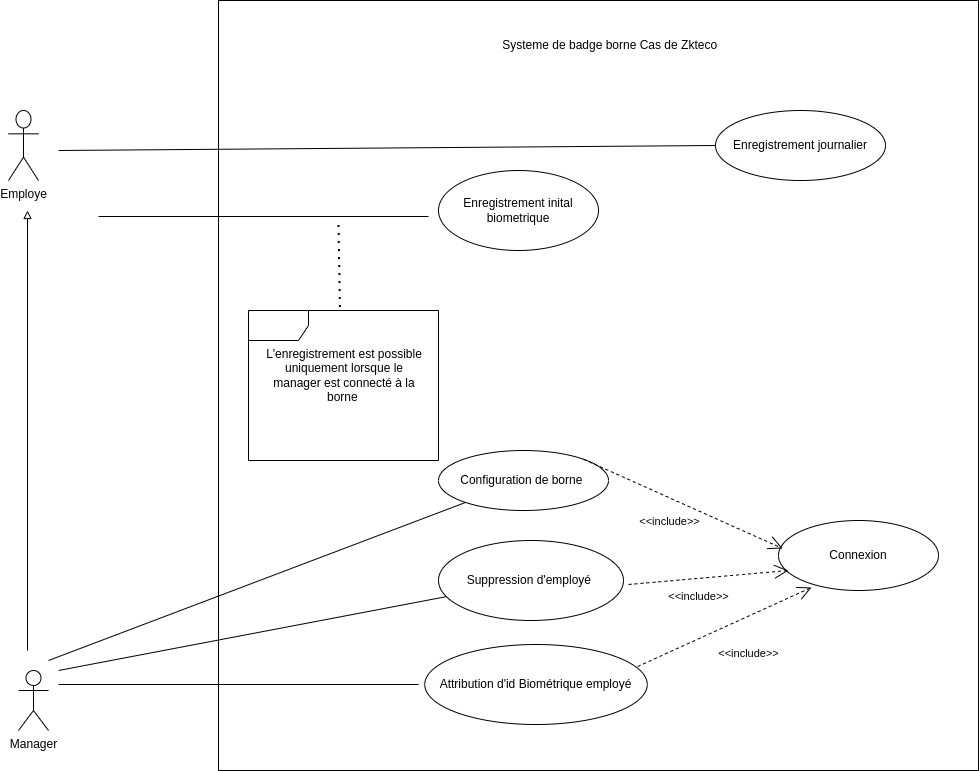
Above: static/UsecaseZkteco.drawio.png in Siluearsene/borne_biometrique (draw.io), before the change. Source tidied: cells renumbered, new cells last; positions are measured from the earlier drawing's top-left corner, leaving out a move shared by most shapes.
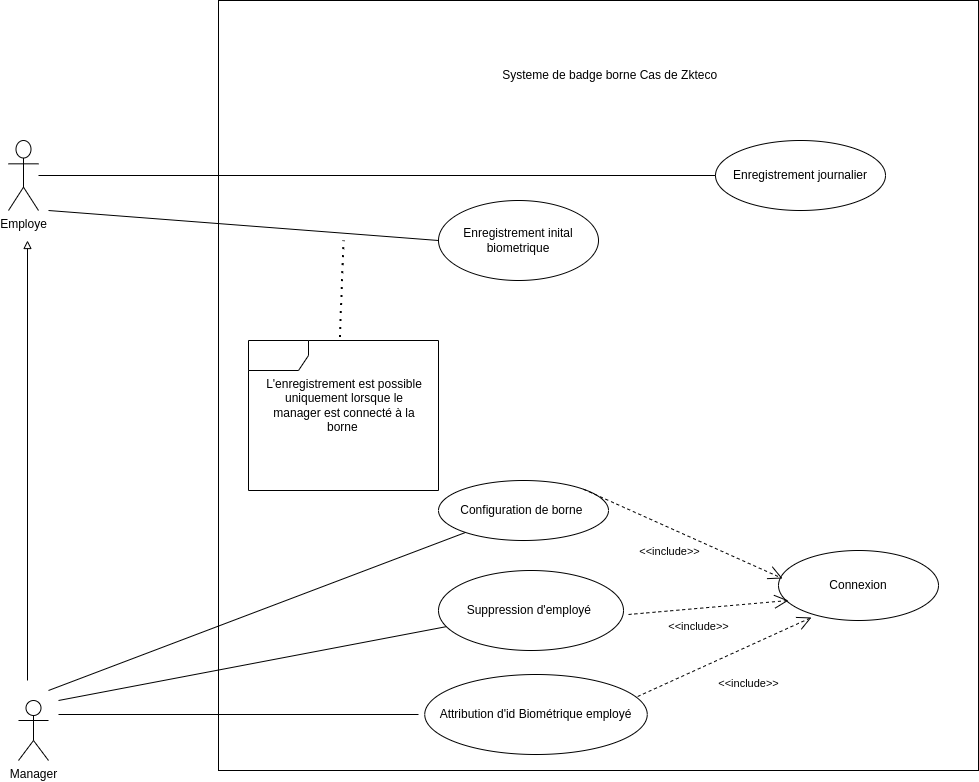
After the commit.

Commit message:
Mettre à jour UsecaseZkteco.drawio.png

The edit, as a diff of the source:
```diff
@@ -9,7 +9,7 @@
       <mxGeometry x="10" y="670" width="30" height="60" as="geometry" />
     </mxCell>
     <mxCell id="4" style="rounded=0;whiteSpace=wrap;html=1;" parent="1" vertex="1">
-      <mxGeometry x="210" width="760" height="770" as="geometry" />
+      <mxGeometry x="210" y="-30" width="760" height="770" as="geometry" />
     </mxCell>
     <mxCell id="5" value="Systeme de badge borne Cas de Zkteco&amp;nbsp;&amp;nbsp;" style="text;html=1;strokeColor=none;fillColor=none;align=center;verticalAlign=middle;whiteSpace=wrap;rounded=0;" parent="1" vertex="1">
       <mxGeometry x="480" y="30" width="250" height="30" as="geometry" />
@@ -48,15 +48,12 @@
         <mxPoint x="40" y="660" as="sourcePoint" />
       </mxGeometry>
     </mxCell>
-    <mxCell id="15" style="line;strokeWidth=1;fillColor=none;align=left;verticalAlign=middle;spacingTop=-1;spacingLeft=3;spacingRight=3;labelPosition=right;strokeColor=inherit;" parent="1" vertex="1">
-      <mxGeometry x="90" y="212" width="330" height="8" as="geometry" />
-    </mxCell>
     <mxCell id="16" style="shape=umlFrame;whiteSpace=wrap;html=1;" parent="1" vertex="1">
       <mxGeometry x="240" y="310" width="190" height="150" as="geometry" />
     </mxCell>
     <mxCell id="17" style="endArrow=none;dashed=1;html=1;dashPattern=1 3;strokeWidth=2;rounded=0;exitX=0.481;exitY=-0.023;exitDx=0;exitDy=0;exitPerimeter=0;" parent="1" edge="1" source="16">
       <mxGeometry relative="1" as="geometry">
-        <mxPoint x="330" y="220" as="targetPoint" />
+        <mxPoint x="335" y="210" as="targetPoint" />
       </mxGeometry>
     </mxCell>
     <mxCell id="18" value="L'enregistrement est possible uniquement lorsque le manager est connecté à la borne&amp;nbsp;" style="text;html=1;strokeColor=none;fillColor=none;align=center;verticalAlign=middle;whiteSpace=wrap;rounded=0;" parent="1" vertex="1">
@@ -92,10 +89,14 @@
     <mxCell id="25" value="Enregistrement journalier" style="ellipse;whiteSpace=wrap;html=1;" parent="1" vertex="1">
       <mxGeometry x="707" y="110" width="170" height="70" as="geometry" />
     </mxCell>
-    <mxCell id="26" style="endArrow=none;html=1;rounded=0;entryX=0;entryY=0.5;entryDx=0;entryDy=0;" parent="1" edge="1" target="25">
-      <mxGeometry relative="1" as="geometry">
-        <mxPoint x="50" y="150" as="sourcePoint" />
-      </mxGeometry>
+    <mxCell id="26" style="endArrow=none;html=1;rounded=0;entryX=0;entryY=0.5;entryDx=0;entryDy=0;" parent="1" edge="1" source="2" target="25">
+      <mxGeometry relative="1" as="geometry" />
     </mxCell>
+    <mxCell id="27" style="endArrow=none;html=1;rounded=0;" parent="1" edge="1">
+      <mxGeometry relative="1" as="geometry">
+        <mxPoint x="40" y="180" as="sourcePoint" />
+        <mxPoint x="430" y="210" as="targetPoint" />
+      </mxGeometry>
+    </mxCell>
   </root>
 </mxGraphModel>
```
